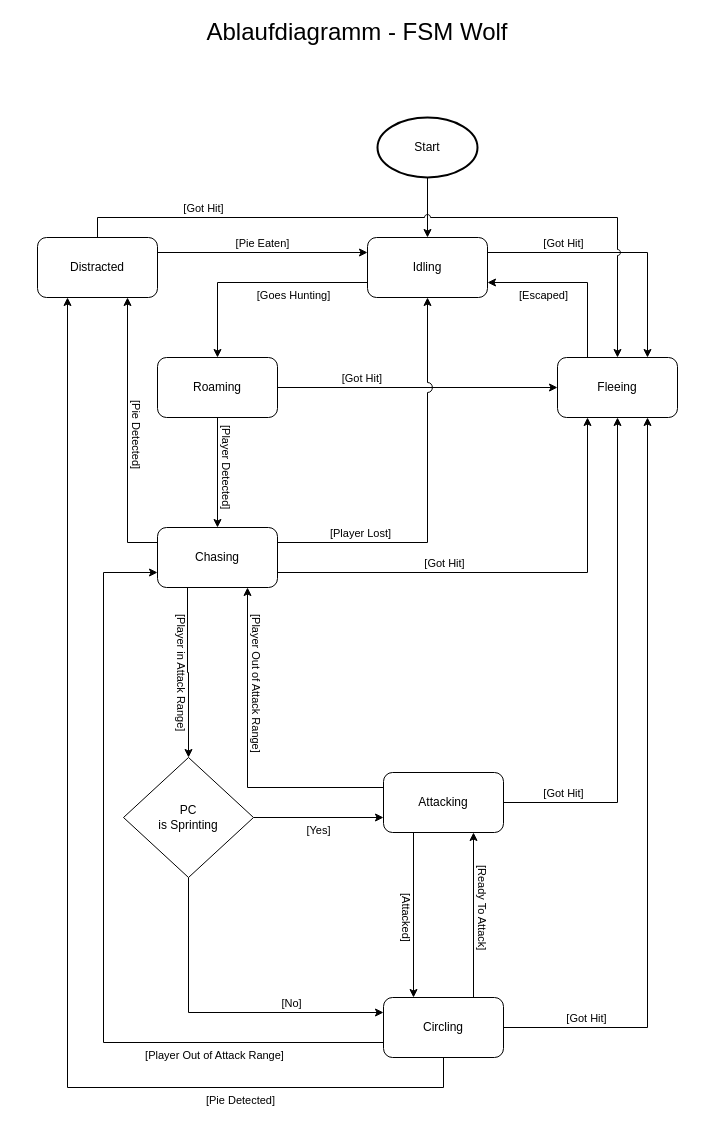
Earlier version of the draw.io diagram Ablaufdiagramm - FSM_Wolf.drawio (Aarndal/44-Submissions). Source tidied: cells renumbered, new cells numbered last; positions are measured from the earlier drawing's top-left corner, leaving out a move shared by most shapes. Both pictures are drawn from the tidied source at 100%, with x=0, y=0 at pixel (17, 17).
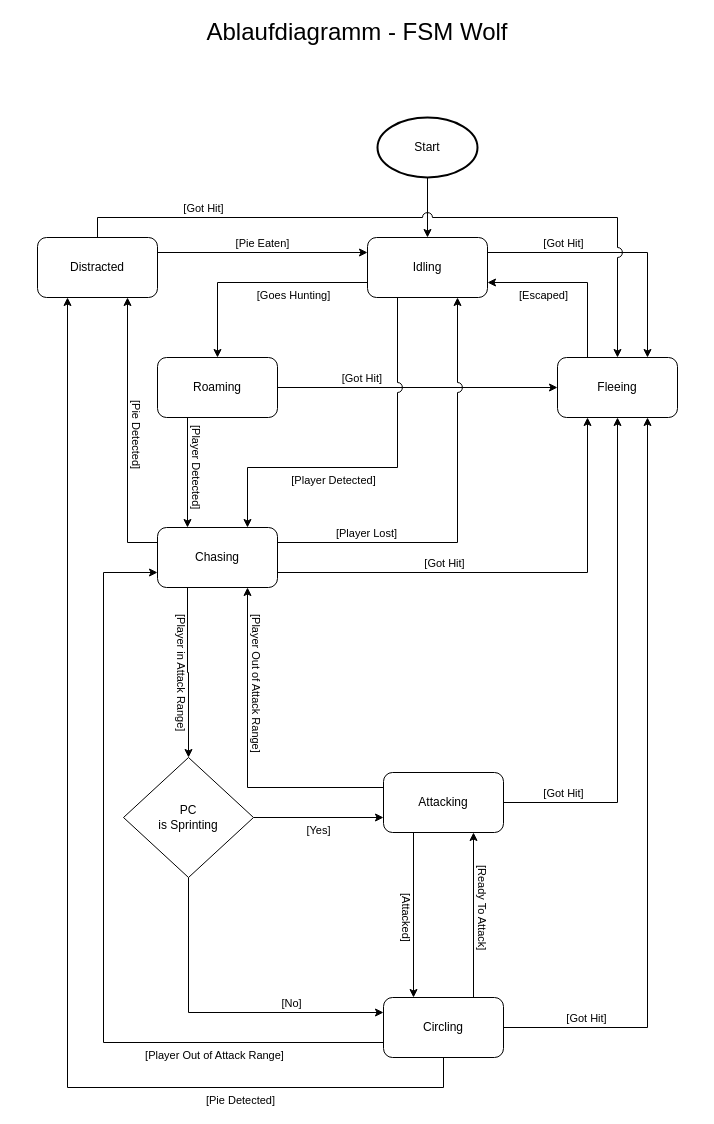
Above is the later version.

Commit message (it also covers changes not shown here):
Added HuntingState and IdleState script. Updated FlowChart

The change refers to these unchanged cells:
```xml
<mxCell id="4" value="Roaming" style="rounded=1;whiteSpace=wrap;html=1;strokeColor=default;align=center;verticalAlign=middle;fontFamily=Helvetica;fontSize=12;fontColor=default;fillColor=default;" parent="1" vertex="1">
  <mxGeometry x="140" y="340" width="120" height="60" as="geometry" />
</mxCell>
<mxCell id="9" value="Chasing" style="rounded=1;whiteSpace=wrap;html=1;strokeColor=default;align=center;verticalAlign=middle;fontFamily=Helvetica;fontSize=12;fontColor=default;fillColor=default;" parent="1" vertex="1">
  <mxGeometry x="140" y="510" width="120" height="60" as="geometry" />
</mxCell>
<mxCell id="11" value="Fleeing" style="rounded=1;whiteSpace=wrap;html=1;strokeColor=default;align=center;verticalAlign=middle;fontFamily=Helvetica;fontSize=12;fontColor=default;fillColor=default;" parent="1" vertex="1">
  <mxGeometry x="540" y="340" width="120" height="60" as="geometry" />
</mxCell>
<mxCell id="26" value="Idling" style="rounded=1;whiteSpace=wrap;html=1;strokeColor=default;align=center;verticalAlign=middle;fontFamily=Helvetica;fontSize=12;fontColor=default;fillColor=default;" parent="1" vertex="1">
  <mxGeometry x="350" y="220" width="120" height="60" as="geometry" />
</mxCell>
<mxCell id="30" value="Distracted" style="rounded=1;whiteSpace=wrap;html=1;strokeColor=default;align=center;verticalAlign=middle;fontFamily=Helvetica;fontSize=12;fontColor=default;fillColor=default;" parent="1" vertex="1">
  <mxGeometry x="20" y="220" width="120" height="60" as="geometry" />
</mxCell>
```

The edit, as a diff of the source:
```diff
@@
-    <mxCell id="2" value="[Player Detected]" style="edgeStyle=orthogonalEdgeStyle;rounded=0;jettySize=auto;html=1;exitX=0.5;exitY=1;exitDx=0;exitDy=0;labelPosition=right;verticalLabelPosition=middle;align=left;verticalAlign=middle;textDirection=vertical-lr;entryX=0.5;entryY=0;entryDx=0;entryDy=0;" parent="1" edge="1" source="4" target="9">
+    <mxCell id="2" value="[Player Detected]" style="edgeStyle=orthogonalEdgeStyle;rounded=0;jettySize=auto;html=1;exitX=0.25;exitY=1;exitDx=0;exitDy=0;labelPosition=right;verticalLabelPosition=middle;align=left;verticalAlign=middle;textDirection=vertical-lr;entryX=0.25;entryY=0;entryDx=0;entryDy=0;" parent="1" edge="1" source="4" target="9">
       <mxGeometry x="-0.09" relative="1" as="geometry" />
     </mxCell>
@@
-    <mxCell id="6" value="[Player Lost]" style="edgeStyle=orthogonalEdgeStyle;rounded=0;jettySize=auto;html=1;exitX=1;exitY=0.25;exitDx=0;exitDy=0;entryX=0.5;entryY=1;entryDx=0;entryDy=0;jumpStyle=arc;jumpSize=10;labelPosition=center;verticalLabelPosition=top;align=center;verticalAlign=bottom;" parent="1" edge="1" source="9" target="26">
+    <mxCell id="6" value="[Player Lost]" style="edgeStyle=orthogonalEdgeStyle;rounded=0;jettySize=auto;html=1;exitX=1;exitY=0.25;exitDx=0;exitDy=0;entryX=0.75;entryY=1;entryDx=0;entryDy=0;jumpStyle=arc;jumpSize=10;labelPosition=center;verticalLabelPosition=top;align=center;verticalAlign=bottom;" parent="1" edge="1" source="9" target="26">
       <mxGeometry x="-0.58" relative="1" as="geometry" />
     </mxCell>
@@
+    <mxCell id="33" value="[Player Detected]" style="edgeStyle=orthogonalEdgeStyle;rounded=0;jettySize=auto;html=1;exitX=0.25;exitY=1;exitDx=0;exitDy=0;entryX=0.75;entryY=0;entryDx=0;entryDy=0;jumpStyle=arc;jumpSize=10;labelPosition=center;verticalLabelPosition=bottom;align=center;verticalAlign=top;" parent="1" edge="1" source="26" target="9">
+      <mxGeometry x="0.23" relative="1" as="geometry">
+        <Array as="points">
+          <mxPoint x="380" y="450" />
+          <mxPoint x="230" y="450" />
+        </Array>
+      </mxGeometry>
+    </mxCell>
@@
-    <mxCell id="29" value="[Got Hit]" style="edgeStyle=orthogonalEdgeStyle;rounded=0;jettySize=auto;html=1;exitX=0.5;exitY=0;exitDx=0;exitDy=0;jumpStyle=arc;labelPosition=center;verticalLabelPosition=top;align=center;verticalAlign=bottom;" parent="1" edge="1" source="30" target="11">
+    <mxCell id="29" value="[Got Hit]" style="edgeStyle=orthogonalEdgeStyle;rounded=0;jettySize=auto;html=1;exitX=0.5;exitY=0;exitDx=0;exitDy=0;jumpStyle=arc;labelPosition=center;verticalLabelPosition=top;align=center;verticalAlign=bottom;jumpSize=10;" parent="1" edge="1" source="30" target="11">
       <mxGeometry x="-0.63" relative="1" as="geometry" />
     </mxCell>
```
